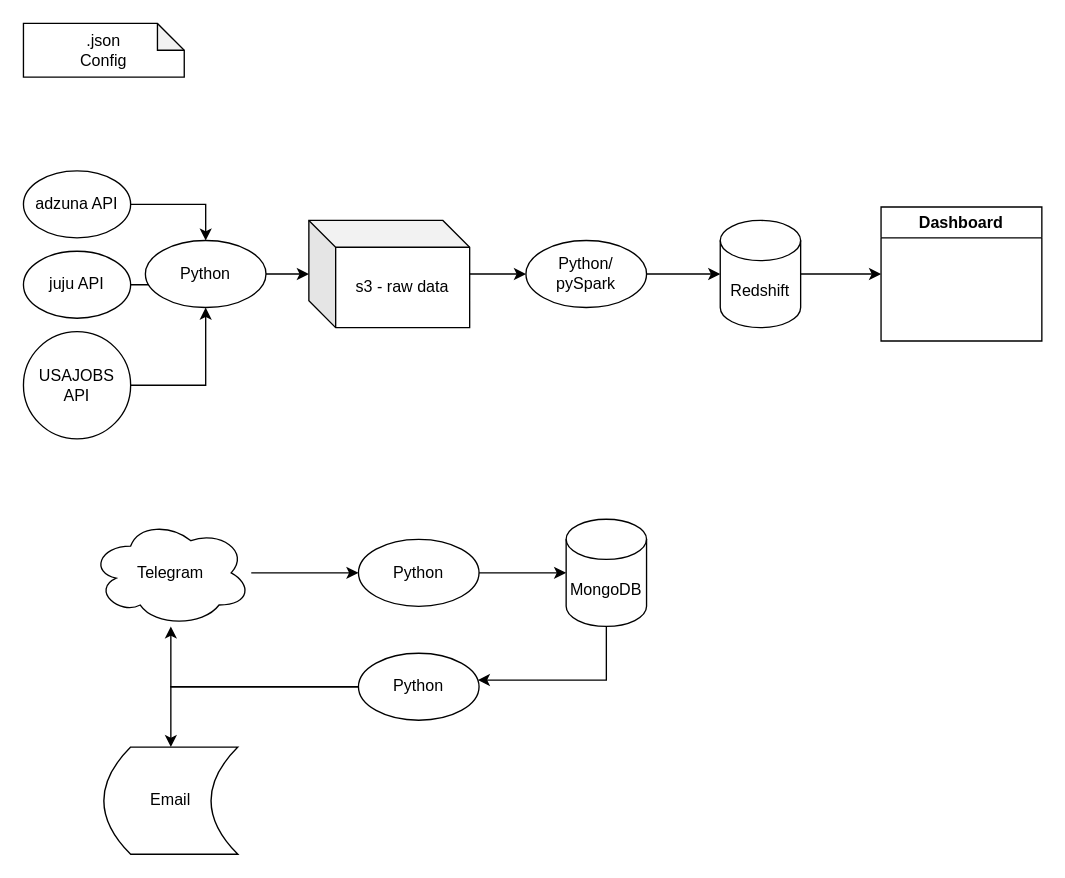
This is doc/Architecture.drawio from matantsour/DE_Naya_Project, a draw.io file, before an edit. Source tidied: cells renumbered, new cells numbered last; positions are measured from the earlier drawing's top-left corner, leaving out a move shared by most shapes. Both pictures are drawn from the tidied source at 134%, with x=0, y=0 at pixel (23, 23).
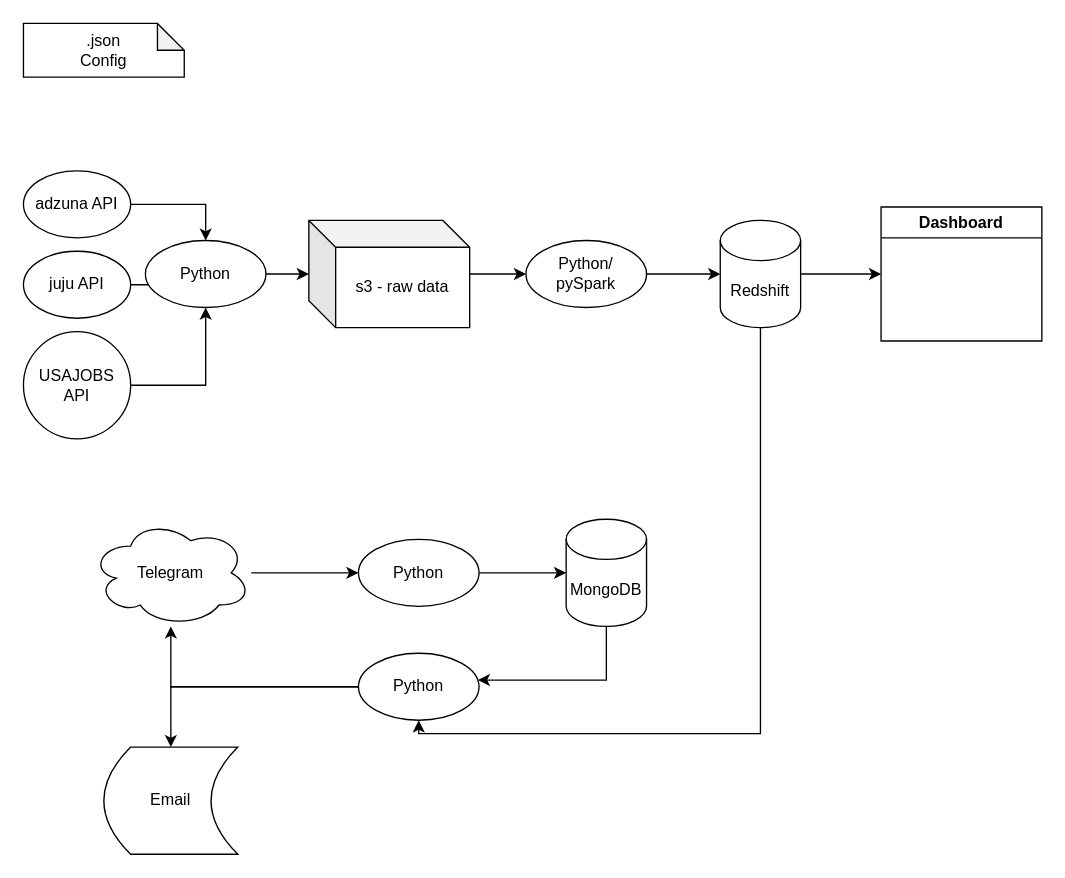
After the change.

Unchanged cells that the change refers to:
```xml
<mxCell id="16" value="Redshift" style="shape=cylinder3;whiteSpace=wrap;html=1;boundedLbl=1;backgroundOutline=1;size=15;" parent="1" vertex="1">
  <mxGeometry x="520" y="147" width="60" height="80" as="geometry" />
</mxCell>
<mxCell id="26" value="Python" style="ellipse;whiteSpace=wrap;html=1;" parent="1" vertex="1">
  <mxGeometry x="250" y="470" width="90" height="50" as="geometry" />
</mxCell>
```

The edit, as a diff of the source:
```diff
@@
+    <mxCell id="28" style="edgeStyle=orthogonalEdgeStyle;rounded=0;jettySize=auto;html=1;" parent="1" edge="1" source="16" target="26">
+      <mxGeometry relative="1" as="geometry">
+        <Array as="points">
+          <mxPoint x="550" y="530" />
+          <mxPoint x="295" y="530" />
+        </Array>
+      </mxGeometry>
+    </mxCell>
```
